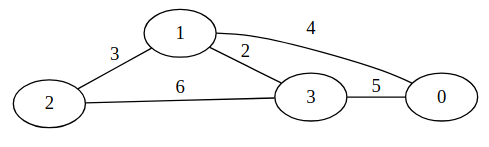
This is img/graph2.png from valandro/python-prim, a Graphviz export, as it was before one commit. Its source is kept beside it as examples/graph2.dot. The source it was exported from:
```dot
digraph {
  size="6,6";
  rankdir="RL";
    0 -> 1[label="4",weight="4", arrowhead=none];
    0 -> 3[label="5",weight="5", arrowhead=none];
    1 -> 2[label="3",weight="3", arrowhead=none];
    3 -> 1[label="2",weight="2", arrowhead=none];
    3 -> 2[label="6",weight="6", arrowhead=none];
}
```
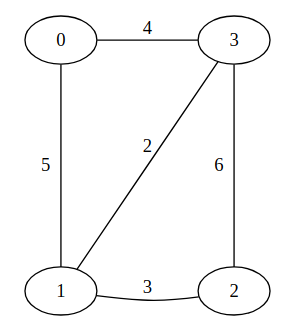
The same file after the commit.

Commit message:
Change graph 2 dot and img

Change to the diagram source:
```diff
@@ -1,8 +1,11 @@
 digraph {
-  size="6,6";
-  rankdir="RL";
-    0 -> 1[label="4",weight="4", arrowhead=none];
-    0 -> 3[label="5",weight="5", arrowhead=none];
+    size="6,6";
+    rankdir="LR";
+    graph [pad="0.25", ranksep="0.925", nodesep="1"];
+    {0 1 rank=same}
+    {2 3 rank=same}
+    0 -> 1[label="5",weight="5", arrowhead=none];
+    0 -> 3[label="4",weight="4", arrowhead=none];
     1 -> 2[label="3",weight="3", arrowhead=none];
     3 -> 1[label="2",weight="2", arrowhead=none];
     3 -> 2[label="6",weight="6", arrowhead=none];
```
